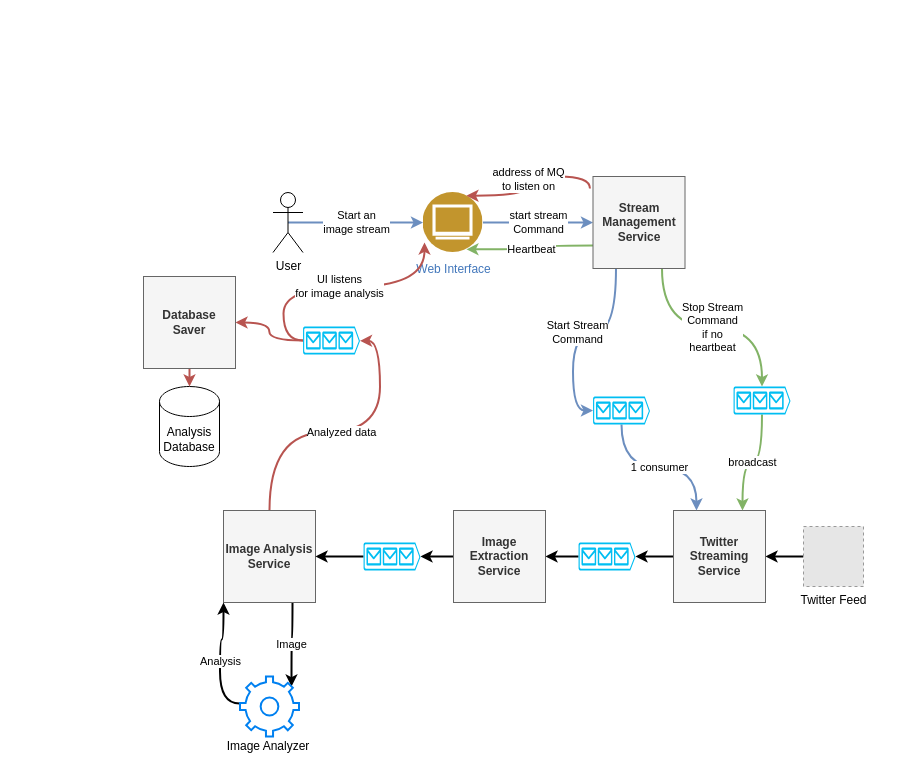
FilipeCapela98/EAI_Project keeps this draw.io diagram as Documents/EAI-imageprocessing.drawio. Above is the earlier version. Source tidied: cells renumbered, new cells numbered last; positions are measured from the earlier drawing's top-left corner, leaving out a move shared by most shapes. Both pictures are drawn from the tidied source at 100%, with x=0, y=0 at pixel (143, 176). Pictures stored in the file or linked from it are replaced by grey dashed boxes.
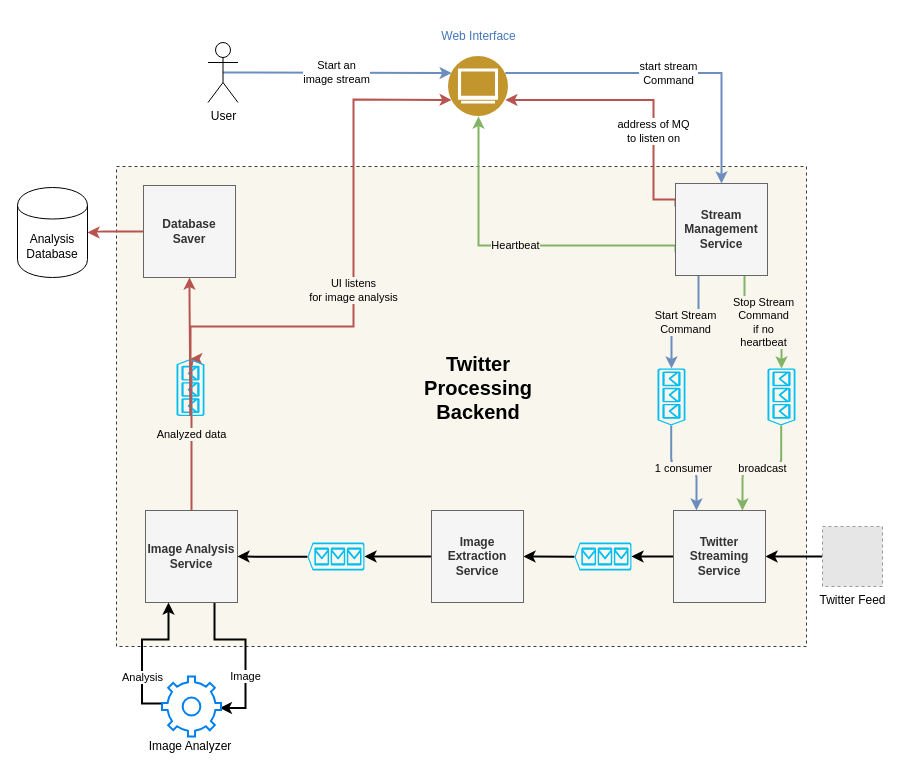
Above is the later version.

Commit message (it also covers changes not shown here):
Architecture diagram - image processing

Unchanged cells that the change refers to:
```xml
<mxCell id="14" value="&lt;b&gt;Twitter Streaming Service&lt;/b&gt;" style="whiteSpace=wrap;html=1;fillColor=#f5f5f5;strokeColor=#666666;fontColor=#333333;" parent="1" vertex="1">
  <mxGeometry x="530" y="334" width="92" height="92" as="geometry" />
</mxCell>
```

What changed in the source:
```diff
@@
+    <mxCell id="37" style="rounded=0;whiteSpace=wrap;html=1;fillColor=#f9f7ed;strokeColor=#36393d;dashed=1;" parent="1" vertex="1">
+      <mxGeometry x="-27" y="-10" width="690" height="480" as="geometry" />
+    </mxCell>
-    <mxCell id="2" value="Start an&lt;br&gt;image stream" style="edgeStyle=orthogonalEdgeStyle;rounded=0;jettySize=auto;html=1;exitX=0.5;exitY=0.5;exitDx=0;exitDy=0;exitPerimeter=0;entryX=0;entryY=0.5;entryDx=0;entryDy=0;strokeWidth=2;fillColor=#dae8fc;strokeColor=#6c8ebf;" parent="1" edge="1" source="3" target="5">
-      <mxGeometry relative="1" as="geometry" />
+    <mxCell id="2" value="Start an&lt;br&gt;image stream" style="edgeStyle=orthogonalEdgeStyle;rounded=0;jettySize=auto;html=1;exitX=0.5;exitY=0.5;exitDx=0;exitDy=0;exitPerimeter=0;entryX=0;entryY=0.25;entryDx=0;entryDy=0;strokeWidth=2;fillColor=#dae8fc;strokeColor=#6c8ebf;" parent="1" edge="1" source="3" target="5">
+      <mxGeometry relative="1" as="geometry">
+        <Array as="points">
+          <mxPoint x="82" y="-103" />
+        </Array>
+      </mxGeometry>
     </mxCell>
     <mxCell id="3" value="User" style="shape=umlActor;verticalLabelPosition=bottom;verticalAlign=top;html=1;outlineConnect=0;" parent="1" vertex="1">
-      <mxGeometry x="129.5" y="16" width="30" height="60" as="geometry" />
+      <mxGeometry x="64.5" y="-134" width="30" height="60" as="geometry" />
     </mxCell>
-    <mxCell id="4" value="start stream&lt;br&gt;Command" style="edgeStyle=orthogonalEdgeStyle;rounded=0;jettySize=auto;html=1;exitX=1;exitY=0.5;exitDx=0;exitDy=0;entryX=0;entryY=0.5;entryDx=0;entryDy=0;curved=1;strokeWidth=2;fillColor=#dae8fc;strokeColor=#6c8ebf;" parent="1" edge="1" source="5" target="10">
+    <mxCell id="4" value="start stream&lt;br&gt;Command" style="edgeStyle=orthogonalEdgeStyle;rounded=0;jettySize=auto;html=1;exitX=1;exitY=0.25;exitDx=0;exitDy=0;entryX=0.5;entryY=0;entryDx=0;entryDy=0;strokeWidth=2;fillColor=#dae8fc;strokeColor=#6c8ebf;" parent="1" edge="1" source="5" target="10">
       <mxGeometry relative="1" as="geometry" />
     </mxCell>
-    <mxCell id="5" value="Web Interface" style="perimeter=ellipsePerimeter;html=1;align=center;shadow=0;dashed=0;fontColor=#4277BB;labelBackgroundColor=#ffffff;fontSize=12;spacingTop=3;image;image=img/lib/ibm/users/browser.svg;" parent="1" vertex="1">
-      <mxGeometry x="279.5" y="16" width="60" height="60" as="geometry" />
+    <mxCell id="5" value="&lt;p style=&quot;line-height: 100%&quot;&gt;Web Interface&lt;/p&gt;" style="perimeter=ellipsePerimeter;html=1;align=center;shadow=0;dashed=0;fontColor=#4277BB;labelBackgroundColor=#ffffff;fontSize=12;spacingTop=3;image;image=img/lib/ibm/users/browser.svg;labelPosition=center;verticalLabelPosition=top;verticalAlign=bottom;" parent="1" vertex="1">
+      <mxGeometry x="305" y="-120" width="60" height="60" as="geometry" />
     </mxCell>
-    <mxCell id="6" value="address of MQ&lt;br&gt;to listen on" style="edgeStyle=orthogonalEdgeStyle;curved=1;rounded=0;jettySize=auto;html=1;exitX=-0.033;exitY=0.13;exitDx=0;exitDy=0;entryX=0.75;entryY=0;entryDx=0;entryDy=0;strokeWidth=2;fillColor=#f8cecc;strokeColor=#b85450;exitPerimeter=0;" parent="1" edge="1" source="10" target="5">
-      <mxGeometry relative="1" as="geometry">
+    <mxCell id="6" value="address of MQ&lt;br&gt;to listen on" style="edgeStyle=orthogonalEdgeStyle;rounded=0;jettySize=auto;html=1;exitX=0;exitY=0.25;exitDx=0;exitDy=0;strokeWidth=2;fillColor=#f8cecc;strokeColor=#b85450;entryX=1;entryY=0.75;entryDx=0;entryDy=0;" parent="1" edge="1" source="10" target="5">
+      <mxGeometry x="-0.3" relative="1" as="geometry">
         <Array as="points">
-          <mxPoint x="446.5" />
-          <mxPoint x="384.5" />
-          <mxPoint x="384.5" y="19" />
+          <mxPoint x="510" y="23" />
+          <mxPoint x="510" y="-77" />
         </Array>
       </mxGeometry>
     </mxCell>
-    <mxCell id="7" value="Heartbeat" style="edgeStyle=orthogonalEdgeStyle;curved=1;rounded=0;jettySize=auto;html=1;exitX=0;exitY=0.75;exitDx=0;exitDy=0;entryX=0.75;entryY=1;entryDx=0;entryDy=0;strokeWidth=2;fillColor=#d5e8d4;strokeColor=#82b366;" parent="1" edge="1" source="10" target="5">
-      <mxGeometry relative="1" as="geometry" />
+    <mxCell id="7" value="Heartbeat" style="edgeStyle=orthogonalEdgeStyle;rounded=0;jettySize=auto;html=1;exitX=0;exitY=0.75;exitDx=0;exitDy=0;entryX=0.5;entryY=1;entryDx=0;entryDy=0;strokeWidth=2;fillColor=#d5e8d4;strokeColor=#82b366;labelBackgroundColor=#F9F7ED;" parent="1" edge="1" source="10" target="5">
+      <mxGeometry relative="1" as="geometry">
+        <Array as="points">
+          <mxPoint x="335" y="69" />
+        </Array>
+      </mxGeometry>
     </mxCell>
-    <mxCell id="8" value="Stop Stream&lt;br&gt;Command&lt;br&gt;if no&lt;br&gt;heartbeat" style="edgeStyle=orthogonalEdgeStyle;curved=1;rounded=0;jettySize=auto;html=1;exitX=0.75;exitY=1;exitDx=0;exitDy=0;entryX=0.5;entryY=0;entryDx=0;entryDy=0;strokeWidth=2;fillColor=#d5e8d4;strokeColor=#82b366;entryPerimeter=0;" parent="1" edge="1" source="10" target="34">
+    <mxCell id="8" value="Stop Stream&lt;br&gt;Command&lt;br&gt;if no&lt;br&gt;heartbeat" style="edgeStyle=orthogonalEdgeStyle;rounded=1;jettySize=auto;html=1;exitX=0.75;exitY=1;exitDx=0;exitDy=0;entryX=0;entryY=0.5;entryDx=0;entryDy=0;strokeWidth=2;fillColor=#d5e8d4;strokeColor=#82b366;entryPerimeter=0;labelBackgroundColor=#F9F7ED;" parent="1" edge="1" source="10" target="34">
       <mxGeometry relative="1" as="geometry" />
     </mxCell>
-    <mxCell id="9" value="Start Stream&lt;br&gt;Command" style="edgeStyle=orthogonalEdgeStyle;curved=1;rounded=0;jettySize=auto;html=1;exitX=0.25;exitY=1;exitDx=0;exitDy=0;entryX=0;entryY=0.5;entryDx=0;entryDy=0;entryPerimeter=0;strokeWidth=2;fillColor=#dae8fc;strokeColor=#6c8ebf;" parent="1" edge="1" source="10" target="32">
+    <mxCell id="9" value="Start Stream&lt;br&gt;Command" style="edgeStyle=orthogonalEdgeStyle;rounded=1;jettySize=auto;html=1;exitX=0.25;exitY=1;exitDx=0;exitDy=0;entryX=0;entryY=0.5;entryDx=0;entryDy=0;entryPerimeter=0;strokeWidth=2;fillColor=#dae8fc;strokeColor=#6c8ebf;labelBackgroundColor=#F9F7ED;" parent="1" edge="1" source="10" target="32">
       <mxGeometry relative="1" as="geometry" />
     </mxCell>
     <mxCell id="10" value="&lt;b&gt;Stream Management Service&lt;/b&gt;" style="whiteSpace=wrap;html=1;fillColor=#f5f5f5;strokeColor=#666666;fontColor=#333333;" parent="1" vertex="1">
-      <mxGeometry x="449.5" width="92" height="92" as="geometry" />
+      <mxGeometry x="532" y="7" width="92" height="92" as="geometry" />
     </mxCell>
@@
     <mxCell id="12" value="Twitter Feed" style="fillColor=#E6E6E6;strokeColor=#999999;dashed=1;html=1;verticalAlign=top;verticalLabelPosition=bottom;labelBackgroundColor=#ffffff;" parent="1" vertex="1">
-      <mxGeometry x="660" y="350" width="60" height="60" as="geometry" />
+      <mxGeometry x="679" y="350" width="60" height="60" as="geometry" />
     </mxCell>
-    <mxCell id="13" style="edgeStyle=orthogonalEdgeStyle;curved=1;rounded=0;jettySize=auto;html=1;exitX=0;exitY=0.5;exitDx=0;exitDy=0;entryX=1;entryY=0.51;entryDx=0;entryDy=0;entryPerimeter=0;strokeWidth=2;" parent="1" edge="1" source="14" target="16">
+    <mxCell id="13" style="edgeStyle=orthogonalEdgeStyle;curved=1;rounded=0;jettySize=auto;html=1;exitX=0;exitY=0.5;exitDx=0;exitDy=0;entryX=0;entryY=0.5;entryDx=0;entryDy=0;entryPerimeter=0;strokeWidth=2;" parent="1" edge="1" source="14" target="16">
       <mxGeometry relative="1" as="geometry" />
     </mxCell>
@@
-    <mxCell id="15" style="edgeStyle=orthogonalEdgeStyle;curved=1;rounded=0;jettySize=auto;html=1;exitX=0;exitY=0.5;exitDx=0;exitDy=0;exitPerimeter=0;entryX=1;entryY=0.5;entryDx=0;entryDy=0;strokeWidth=2;" parent="1" edge="1" source="16" target="18">
-      <mxGeometry relative="1" as="geometry" />
+    <mxCell id="15" style="edgeStyle=orthogonalEdgeStyle;curved=1;rounded=0;jettySize=auto;html=1;exitX=1;exitY=0.51;exitDx=0;exitDy=0;exitPerimeter=0;entryX=1;entryY=0.5;entryDx=0;entryDy=0;strokeWidth=2;" parent="1" edge="1" source="16" target="18">
+      <mxGeometry relative="1" as="geometry">
+        <Array as="points">
+          <mxPoint x="430" y="380" />
+          <mxPoint x="430" y="380" />
+        </Array>
+      </mxGeometry>
     </mxCell>
-    <mxCell id="16" style="verticalLabelPosition=bottom;html=1;verticalAlign=top;align=center;strokeColor=none;fillColor=#00BEF2;shape=mxgraph.azure.queue_generic;" parent="1" vertex="1">
-      <mxGeometry x="435" y="366" width="57" height="28" as="geometry" />
+    <mxCell id="16" style="verticalLabelPosition=bottom;html=1;verticalAlign=top;align=center;strokeColor=none;fillColor=#00BEF2;shape=mxgraph.azure.queue_generic;direction=west;flipV=1;" parent="1" vertex="1">
+      <mxGeometry x="431" y="366" width="57" height="28" as="geometry" />
     </mxCell>
-    <mxCell id="17" style="edgeStyle=orthogonalEdgeStyle;curved=1;rounded=0;jettySize=auto;html=1;exitX=0;exitY=0.5;exitDx=0;exitDy=0;entryX=1;entryY=0.51;entryDx=0;entryDy=0;entryPerimeter=0;strokeWidth=2;" parent="1" edge="1" source="18" target="23">
+    <mxCell id="17" style="edgeStyle=orthogonalEdgeStyle;curved=1;rounded=0;jettySize=auto;html=1;exitX=0;exitY=0.5;exitDx=0;exitDy=0;entryX=0;entryY=0.5;entryDx=0;entryDy=0;entryPerimeter=0;strokeWidth=2;" parent="1" edge="1" source="18" target="23">
       <mxGeometry relative="1" as="geometry" />
     </mxCell>
     <mxCell id="18" value="&lt;b&gt;Image Extraction Service&lt;/b&gt;" style="whiteSpace=wrap;html=1;fillColor=#f5f5f5;strokeColor=#666666;fontColor=#333333;" parent="1" vertex="1">
-      <mxGeometry x="310" y="334" width="92" height="92" as="geometry" />
+      <mxGeometry x="288" y="334" width="92" height="92" as="geometry" />
     </mxCell>
-    <mxCell id="19" value="Analyzed data" style="edgeStyle=orthogonalEdgeStyle;curved=1;rounded=0;jettySize=auto;html=1;exitX=0.5;exitY=0;exitDx=0;exitDy=0;entryX=1;entryY=0.51;entryDx=0;entryDy=0;entryPerimeter=0;strokeWidth=2;fillColor=#f8cecc;strokeColor=#b85450;" parent="1" edge="1" source="21" target="29">
-      <mxGeometry relative="1" as="geometry" />
+    <mxCell id="19" value="Analyzed data" style="edgeStyle=orthogonalEdgeStyle;rounded=1;jettySize=auto;html=1;exitX=0.5;exitY=0;exitDx=0;exitDy=0;strokeWidth=2;fillColor=#f8cecc;strokeColor=#b85450;entryX=1;entryY=0.51;entryDx=0;entryDy=0;entryPerimeter=0;labelBackgroundColor=#F9F7ED;" parent="1" edge="1" source="21" target="29">
+      <mxGeometry relative="1" as="geometry">
+        <Array as="points">
+          <mxPoint x="48" y="250" />
+          <mxPoint x="48" y="250" />
+        </Array>
+      </mxGeometry>
     </mxCell>
-    <mxCell id="20" value="Image" style="edgeStyle=orthogonalEdgeStyle;curved=1;rounded=0;jettySize=auto;html=1;exitX=0.75;exitY=1;exitDx=0;exitDy=0;entryX=0.873;entryY=0.167;entryDx=0;entryDy=0;entryPerimeter=0;strokeWidth=2;" parent="1" edge="1" source="21" target="25">
-      <mxGeometry relative="1" as="geometry" />
+    <mxCell id="20" value="Image" style="edgeStyle=orthogonalEdgeStyle;rounded=0;jettySize=auto;html=1;exitX=0.75;exitY=1;exitDx=0;exitDy=0;entryX=0.981;entryY=0.523;entryDx=0;entryDy=0;entryPerimeter=0;strokeWidth=2;" parent="1" edge="1" source="21" target="25">
+      <mxGeometry x="0.3" relative="1" as="geometry">
+        <Array as="points">
+          <mxPoint x="71" y="463" />
+          <mxPoint x="102" y="463" />
+          <mxPoint x="102" y="531" />
+        </Array>
+      </mxGeometry>
     </mxCell>
     <mxCell id="21" value="&lt;b&gt;Image Analysis Service&lt;/b&gt;" style="whiteSpace=wrap;html=1;fillColor=#f5f5f5;strokeColor=#666666;fontColor=#333333;" parent="1" vertex="1">
-      <mxGeometry x="80" y="334" width="92" height="92" as="geometry" />
+      <mxGeometry x="2" y="334" width="92" height="92" as="geometry" />
     </mxCell>
-    <mxCell id="22" style="edgeStyle=orthogonalEdgeStyle;curved=1;rounded=0;jettySize=auto;html=1;exitX=0;exitY=0.5;exitDx=0;exitDy=0;exitPerimeter=0;entryX=1;entryY=0.5;entryDx=0;entryDy=0;strokeWidth=2;" parent="1" edge="1" source="23" target="21">
+    <mxCell id="22" style="edgeStyle=orthogonalEdgeStyle;rounded=1;jettySize=auto;html=1;exitX=1;exitY=0.51;exitDx=0;exitDy=0;exitPerimeter=0;entryX=1;entryY=0.5;entryDx=0;entryDy=0;strokeWidth=2;" parent="1" edge="1" source="23" target="21">
       <mxGeometry relative="1" as="geometry" />
     </mxCell>
-    <mxCell id="23" style="verticalLabelPosition=bottom;html=1;verticalAlign=top;align=center;strokeColor=none;fillColor=#00BEF2;shape=mxgraph.azure.queue_generic;" parent="1" vertex="1">
-      <mxGeometry x="220" y="366" width="57" height="28" as="geometry" />
+    <mxCell id="23" style="verticalLabelPosition=bottom;html=1;verticalAlign=top;align=center;strokeColor=none;fillColor=#00BEF2;shape=mxgraph.azure.queue_generic;direction=west;flipV=1;" parent="1" vertex="1">
+      <mxGeometry x="164" y="366" width="57" height="28" as="geometry" />
     </mxCell>
-    <mxCell id="24" value="Analysis" style="edgeStyle=orthogonalEdgeStyle;curved=1;rounded=0;jettySize=auto;html=1;entryX=0;entryY=1;entryDx=0;entryDy=0;strokeWidth=2;exitX=-0.008;exitY=0.45;exitDx=0;exitDy=0;exitPerimeter=0;" parent="1" edge="1" source="25" target="21">
-      <mxGeometry relative="1" as="geometry" />
+    <mxCell id="24" value="Analysis" style="edgeStyle=orthogonalEdgeStyle;rounded=0;jettySize=auto;html=1;entryX=0.25;entryY=1;entryDx=0;entryDy=0;strokeWidth=2;exitX=-0.008;exitY=0.45;exitDx=0;exitDy=0;exitPerimeter=0;" parent="1" edge="1" source="25" target="21">
+      <mxGeometry x="-0.37" relative="1" as="geometry" />
     </mxCell>
     <mxCell id="25" style="html=1;verticalLabelPosition=bottom;align=center;labelBackgroundColor=#ffffff;verticalAlign=top;strokeWidth=2;strokeColor=#0080F0;shadow=0;dashed=0;shape=mxgraph.ios7.icons.settings;" parent="1" vertex="1">
-      <mxGeometry x="96.5" y="500" width="59" height="60" as="geometry" />
+      <mxGeometry x="18.5" y="500" width="59" height="60" as="geometry" />
     </mxCell>
     <mxCell id="26" value="Image Analyzer" style="text;html=1;strokeColor=none;fillColor=none;align=center;verticalAlign=middle;whiteSpace=wrap;rounded=0;" parent="1" vertex="1">
-      <mxGeometry x="80" y="560" width="90" height="20" as="geometry" />
+      <mxGeometry x="2" y="560" width="90" height="20" as="geometry" />
     </mxCell>
-    <mxCell id="27" value="UI listens&lt;br&gt;for image analysis" style="edgeStyle=orthogonalEdgeStyle;curved=1;rounded=0;jettySize=auto;html=1;exitX=0;exitY=0.5;exitDx=0;exitDy=0;exitPerimeter=0;entryX=0.025;entryY=0.833;entryDx=0;entryDy=0;entryPerimeter=0;strokeWidth=2;fillColor=#f8cecc;strokeColor=#b85450;" parent="1" edge="1" source="29" target="5">
-      <mxGeometry relative="1" as="geometry">
-        <Array as="points">
-          <mxPoint x="140" y="164" />
-          <mxPoint x="140" y="110" />
-          <mxPoint x="281" y="110" />
-        </Array>
-      </mxGeometry>
-    </mxCell>
-    <mxCell id="28" style="edgeStyle=orthogonalEdgeStyle;curved=1;rounded=0;jettySize=auto;html=1;exitX=0;exitY=0.5;exitDx=0;exitDy=0;exitPerimeter=0;entryX=1;entryY=0.5;entryDx=0;entryDy=0;strokeWidth=2;fillColor=#f8cecc;strokeColor=#b85450;" parent="1" edge="1" source="29" target="36">
-      <mxGeometry relative="1" as="geometry" />
-    </mxCell>
-    <mxCell id="29" style="verticalLabelPosition=bottom;html=1;verticalAlign=top;align=center;strokeColor=none;fillColor=#00BEF2;shape=mxgraph.azure.queue_generic;" parent="1" vertex="1">
-      <mxGeometry x="159.5" y="150" width="57" height="28" as="geometry" />
+    <mxCell id="29" style="verticalLabelPosition=bottom;html=1;verticalAlign=top;align=center;strokeColor=none;fillColor=#00BEF2;shape=mxgraph.azure.queue_generic;direction=south;flipH=0;flipV=1;" parent="1" vertex="1">
+      <mxGeometry x="33" y="182.5" width="28" height="57" as="geometry" />
     </mxCell>
-    <mxCell id="30" value="Analysis Database" style="shape=cylinder3;whiteSpace=wrap;html=1;boundedLbl=1;backgroundOutline=1;size=15;" parent="1" vertex="1">
-      <mxGeometry x="16" y="210" width="60" height="80" as="geometry" />
-    </mxCell>
-    <mxCell id="31" value="1 consumer" style="edgeStyle=orthogonalEdgeStyle;curved=1;rounded=0;jettySize=auto;html=1;exitX=0.5;exitY=1;exitDx=0;exitDy=0;exitPerimeter=0;entryX=0.25;entryY=0;entryDx=0;entryDy=0;strokeWidth=2;fillColor=#dae8fc;strokeColor=#6c8ebf;" parent="1" edge="1" source="32" target="14">
+    <mxCell id="31" value="1 consumer" style="edgeStyle=orthogonalEdgeStyle;rounded=1;jettySize=auto;html=1;exitX=1;exitY=0.51;exitDx=0;exitDy=0;exitPerimeter=0;entryX=0.25;entryY=0;entryDx=0;entryDy=0;strokeWidth=2;fillColor=#dae8fc;strokeColor=#6c8ebf;labelBackgroundColor=#F9F7ED;" parent="1" edge="1" source="32" target="14">
       <mxGeometry relative="1" as="geometry" />
     </mxCell>
-    <mxCell id="32" style="verticalLabelPosition=bottom;html=1;verticalAlign=top;align=center;strokeColor=none;fillColor=#00BEF2;shape=mxgraph.azure.queue_generic;" parent="1" vertex="1">
-      <mxGeometry x="449.5" y="220" width="57" height="28" as="geometry" />
+    <mxCell id="32" style="verticalLabelPosition=bottom;html=1;verticalAlign=top;align=center;strokeColor=none;fillColor=#00BEF2;shape=mxgraph.azure.queue_generic;direction=south;" parent="1" vertex="1">
+      <mxGeometry x="514" y="192" width="28" height="57" as="geometry" />
     </mxCell>
-    <mxCell id="33" value="broadcast" style="edgeStyle=orthogonalEdgeStyle;curved=1;rounded=0;jettySize=auto;html=1;exitX=0.5;exitY=1;exitDx=0;exitDy=0;exitPerimeter=0;entryX=0.75;entryY=0;entryDx=0;entryDy=0;strokeWidth=2;fillColor=#d5e8d4;strokeColor=#82b366;" parent="1" edge="1" source="34" target="14">
-      <mxGeometry relative="1" as="geometry" />
+    <mxCell id="33" value="broadcast" style="edgeStyle=orthogonalEdgeStyle;rounded=1;jettySize=auto;html=1;exitX=1;exitY=0.51;exitDx=0;exitDy=0;exitPerimeter=0;entryX=0.75;entryY=0;entryDx=0;entryDy=0;strokeWidth=2;fillColor=#d5e8d4;strokeColor=#82b366;labelBackgroundColor=#F9F7ED;" parent="1" edge="1" source="34" target="14">
+      <mxGeometry relative="1" as="geometry">
+        <Array as="points">
+          <mxPoint x="638" y="292" />
+          <mxPoint x="599" y="292" />
+        </Array>
+      </mxGeometry>
     </mxCell>
-    <mxCell id="34" style="verticalLabelPosition=bottom;html=1;verticalAlign=top;align=center;strokeColor=none;fillColor=#00BEF2;shape=mxgraph.azure.queue_generic;" parent="1" vertex="1">
-      <mxGeometry x="590" y="210" width="57" height="28" as="geometry" />
+    <mxCell id="34" style="verticalLabelPosition=bottom;html=1;verticalAlign=top;align=center;strokeColor=none;fillColor=#00BEF2;shape=mxgraph.azure.queue_generic;flipV=0;direction=south;" parent="1" vertex="1">
+      <mxGeometry x="624" y="192" width="28" height="57" as="geometry" />
     </mxCell>
-    <mxCell id="35" style="edgeStyle=orthogonalEdgeStyle;curved=1;rounded=0;jettySize=auto;html=1;exitX=0.5;exitY=1;exitDx=0;exitDy=0;entryX=0.5;entryY=0;entryDx=0;entryDy=0;entryPerimeter=0;strokeWidth=2;fillColor=#f8cecc;strokeColor=#b85450;" parent="1" edge="1" source="36" target="30">
-      <mxGeometry relative="1" as="geometry" />
+    <mxCell id="35" style="edgeStyle=orthogonalEdgeStyle;rounded=1;jettySize=auto;html=1;exitX=0;exitY=0.5;exitDx=0;exitDy=0;entryX=1;entryY=0.5;entryDx=0;entryDy=0;strokeWidth=2;fillColor=#f8cecc;strokeColor=#b85450;" parent="1" edge="1" source="36" target="30">
+      <mxGeometry relative="1" as="geometry">
+        <Array as="points">
+          <mxPoint x="-50" y="55" />
+        </Array>
+      </mxGeometry>
     </mxCell>
     <mxCell id="36" value="&lt;b&gt;Database&lt;br&gt;Saver&lt;/b&gt;" style="whiteSpace=wrap;html=1;fillColor=#f5f5f5;strokeColor=#666666;fontColor=#333333;" parent="1" vertex="1">
-      <mxGeometry y="100" width="92" height="92" as="geometry" />
+      <mxGeometry y="9" width="92" height="92" as="geometry" />
     </mxCell>
+    <mxCell id="28" style="endArrow=classic;html=1;strokeColor=#B85450;strokeWidth=2;exitX=0;exitY=0.5;exitDx=0;exitDy=0;exitPerimeter=0;entryX=0.5;entryY=1;entryDx=0;entryDy=0;" parent="1" edge="1" source="29" target="36">
+      <mxGeometry relative="1" as="geometry">
+        <Array as="points">
+          <mxPoint x="46" y="120" />
+        </Array>
+      </mxGeometry>
+    </mxCell>
+    <mxCell id="27" value="&lt;span style=&quot;&quot;&gt;UI listens&lt;br&gt;for image analysis&lt;/span&gt;" style="endArrow=classic;html=1;strokeColor=#B85450;strokeWidth=2;exitX=0;exitY=0.5;exitDx=0;exitDy=0;exitPerimeter=0;entryX=0;entryY=0.75;entryDx=0;entryDy=0;rounded=0;labelBackgroundColor=#F9F7ED;" parent="1" edge="1" source="29" target="5">
+      <mxGeometry relative="1" as="geometry">
+        <Array as="points">
+          <mxPoint x="47" y="150" />
+          <mxPoint x="210" y="150" />
+          <mxPoint x="210" y="-77" />
+        </Array>
+      </mxGeometry>
+    </mxCell>
+    <mxCell id="30" value="&lt;span style=&quot;white-space: normal&quot;&gt;Analysis Database&lt;/span&gt;" style="shape=cylinder;whiteSpace=wrap;html=1;boundedLbl=1;backgroundOutline=1;" parent="1" vertex="1">
+      <mxGeometry x="-126" y="11" width="70" height="90" as="geometry" />
+    </mxCell>
+    <mxCell id="38" value="&lt;b&gt;&lt;font style=&quot;font-size: 20px&quot;&gt;Twitter Processing Backend&lt;/font&gt;&lt;/b&gt;" style="text;html=1;strokeColor=none;fillColor=none;align=center;verticalAlign=middle;whiteSpace=wrap;rounded=0;dashed=1;" parent="1" vertex="1">
+      <mxGeometry x="280" y="176" width="110" height="70" as="geometry" />
+    </mxCell>
```
